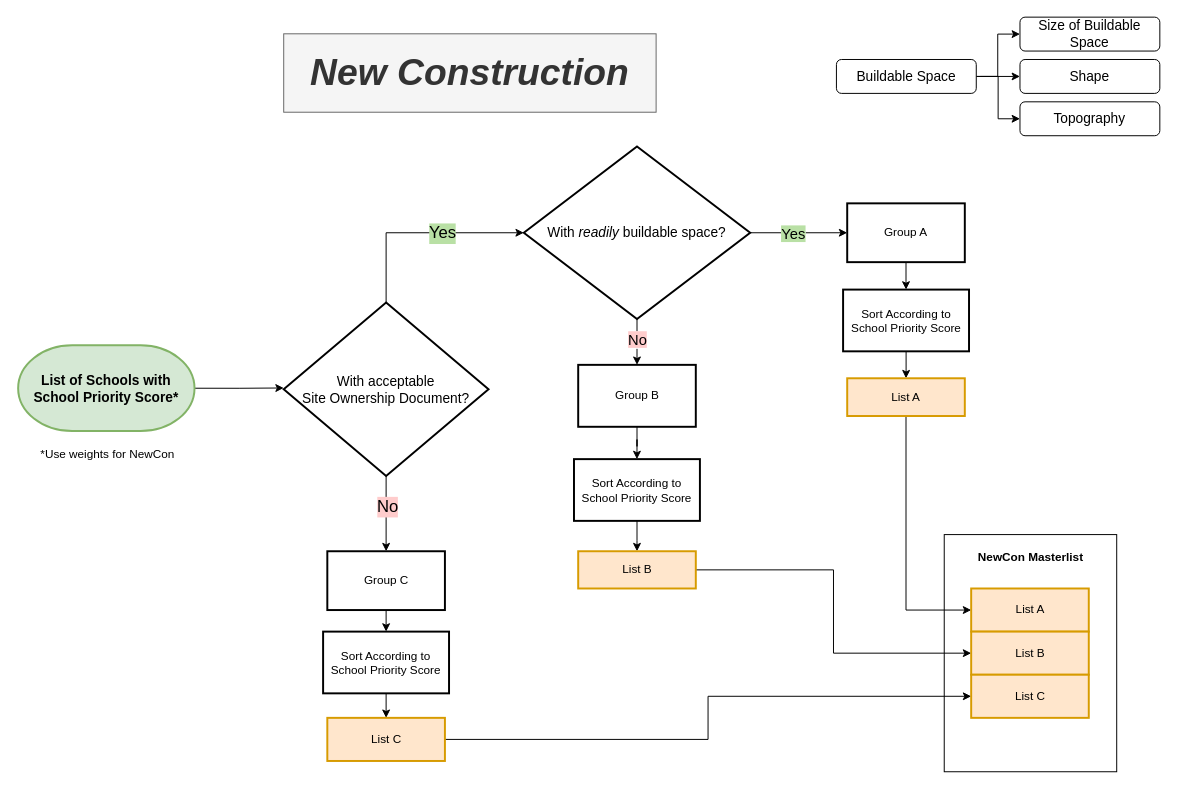
The draw.io diagram page "New Construction" (2 of 2) of EFD Prioritization.drawio in jnlawrence/DepEd_scripts, before the edit. Source tidied: cells renumbered, new cells numbered last; positions are measured from the earlier drawing's top-left corner, leaving out a move shared by most shapes. Both pictures are drawn from the tidied source at 98%, with x=0, y=0 at pixel (18, 17).
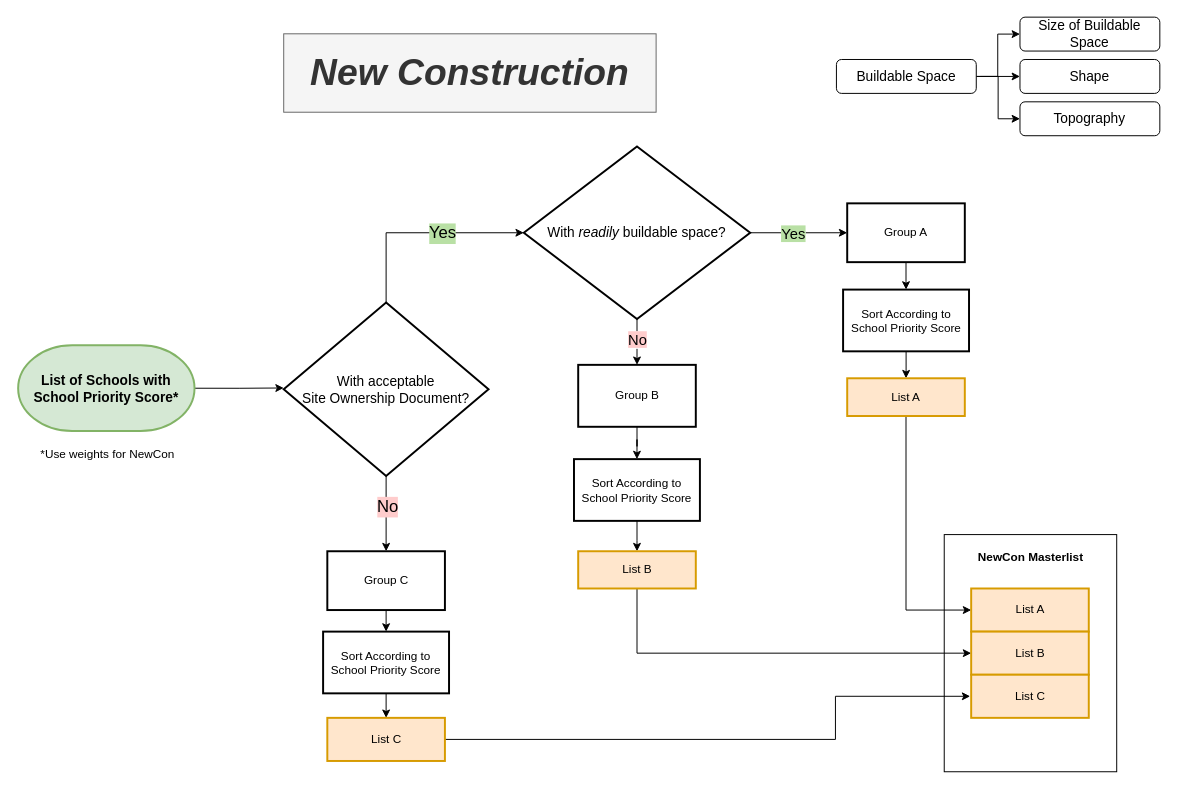
The same diagram, later.

Unchanged cells that the change refers to:
```xml
<mxCell id="6" value="List B" style="whiteSpace=wrap;html=1;strokeWidth=2;fillColor=#ffe6cc;strokeColor=#d79b00;" parent="2" vertex="1">
  <mxGeometry x="27.5" y="99" width="120" height="44" as="geometry" />
</mxCell>
<mxCell id="7" value="List C" style="whiteSpace=wrap;html=1;strokeWidth=2;fillColor=#ffe6cc;strokeColor=#d79b00;" parent="2" vertex="1">
  <mxGeometry x="27.5" y="143" width="120" height="44" as="geometry" />
</mxCell>
<mxCell id="42" value="List C" style="whiteSpace=wrap;html=1;strokeWidth=2;fillColor=#ffe6cc;strokeColor=#d79b00;" parent="1" vertex="1">
  <mxGeometry x="315.5" y="715" width="120" height="44" as="geometry" />
</mxCell>
<mxCell id="44" value="List B" style="whiteSpace=wrap;html=1;strokeWidth=2;fillColor=#ffe6cc;strokeColor=#d79b00;" parent="1" vertex="1">
  <mxGeometry x="571.5" y="545" width="120" height="38" as="geometry" />
</mxCell>
```

What changed in the source:
```diff
@@
-    <mxCell id="41" style="edgeStyle=orthogonalEdgeStyle;rounded=0;jettySize=auto;html=1;entryX=0;entryY=0.5;entryDx=0;entryDy=0;" parent="1" edge="1" source="42" target="7">
-      <mxGeometry relative="1" as="geometry" />
+    <mxCell id="41" style="edgeStyle=orthogonalEdgeStyle;rounded=0;orthogonalLoop=1;jettySize=auto;html=1;entryX=0;entryY=0.5;entryDx=0;entryDy=0;" parent="1" edge="1">
+      <mxGeometry relative="1" as="geometry">
+        <mxPoint x="434.5" y="737" as="sourcePoint" />
+        <mxPoint x="971.5" y="693" as="targetPoint" />
+        <Array as="points">
+          <mxPoint x="834" y="737" />
+          <mxPoint x="834" y="693" />
+        </Array>
+      </mxGeometry>
     </mxCell>
@@
-    <mxCell id="43" style="edgeStyle=orthogonalEdgeStyle;rounded=0;jettySize=auto;html=1;entryX=0;entryY=0.5;entryDx=0;entryDy=0;" parent="1" edge="1" source="44" target="6">
-      <mxGeometry relative="1" as="geometry" />
+    <mxCell id="43" style="edgeStyle=orthogonalEdgeStyle;rounded=0;jettySize=auto;html=1;entryX=0;entryY=0.5;entryDx=0;entryDy=0;exitX=0.5;exitY=1;exitDx=0;exitDy=0;" parent="1" edge="1" source="44" target="6">
+      <mxGeometry relative="1" as="geometry">
+        <Array as="points">
+          <mxPoint x="631" y="649" />
+        </Array>
+      </mxGeometry>
     </mxCell>
```
